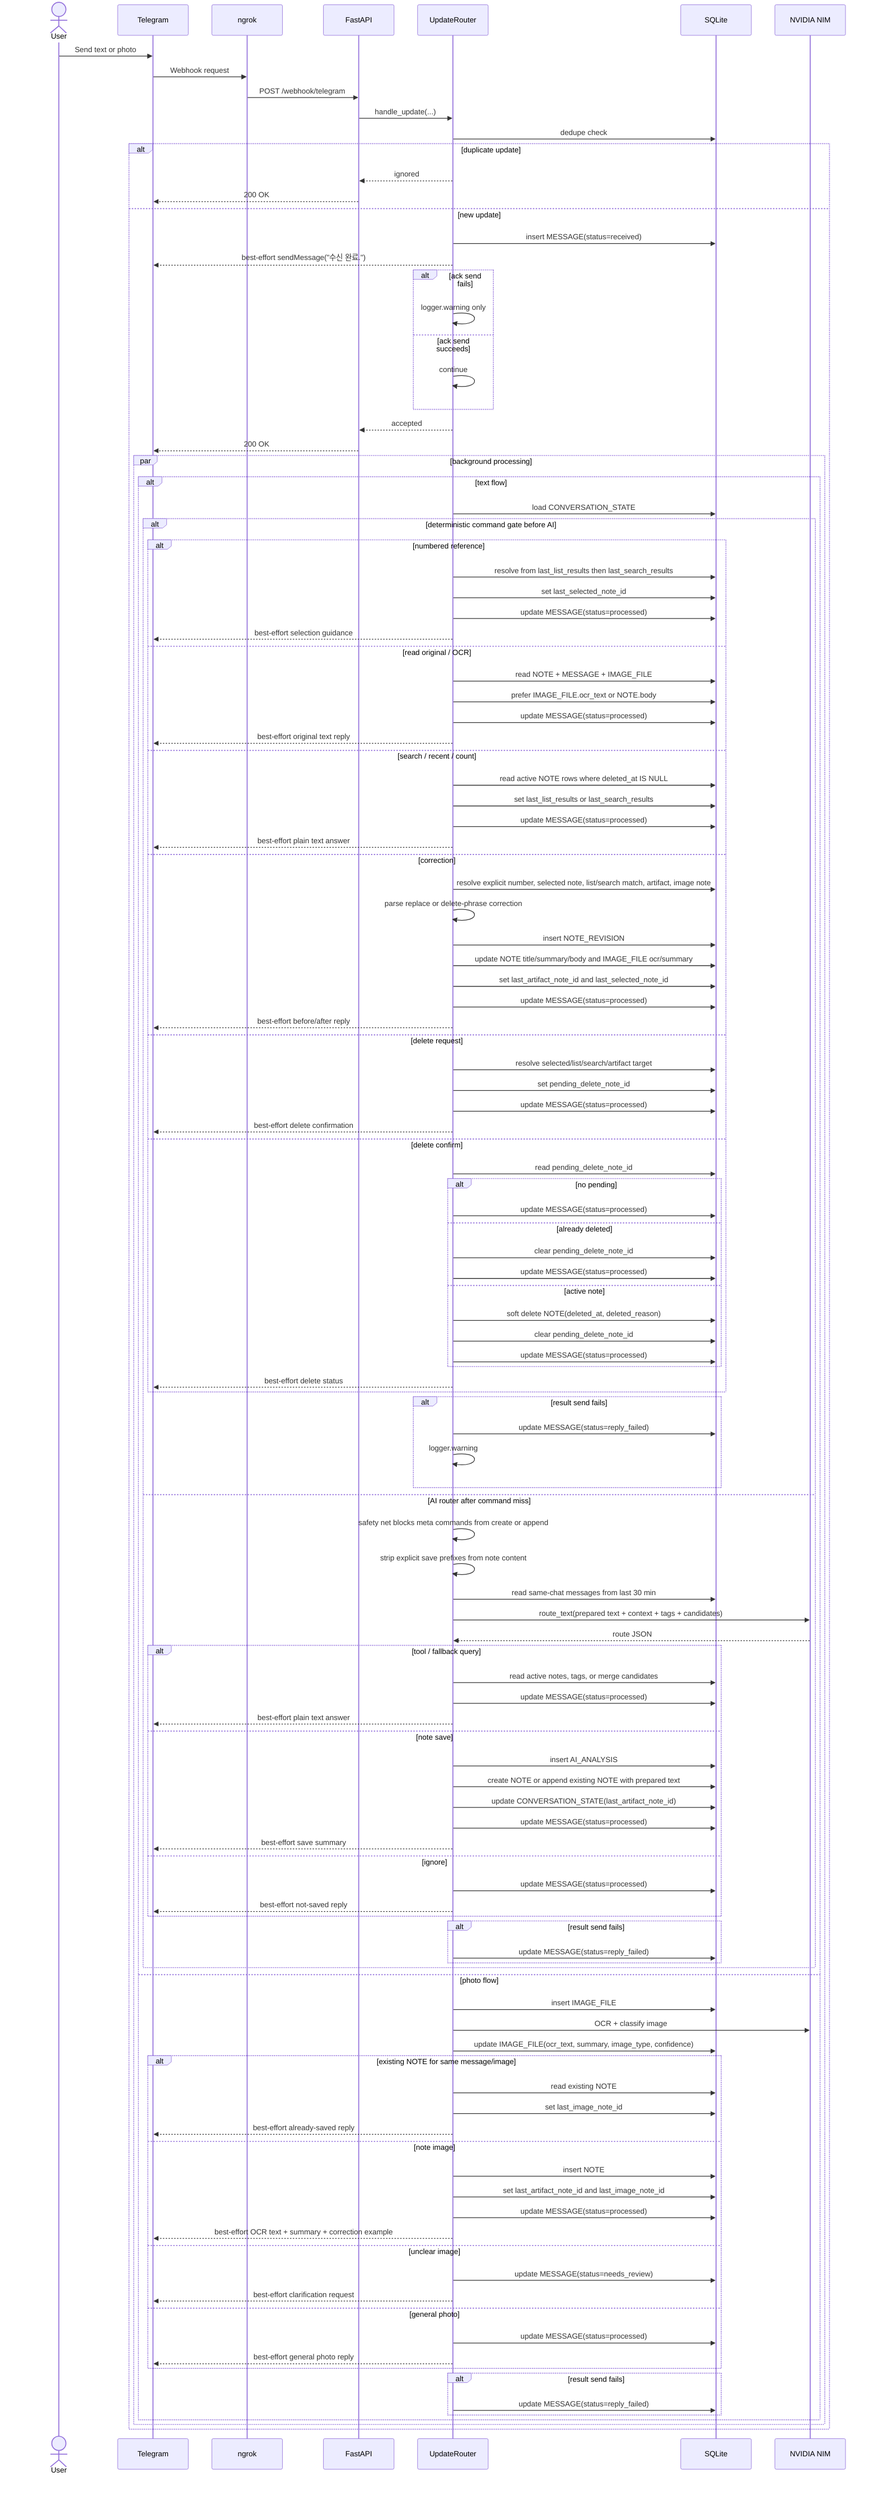
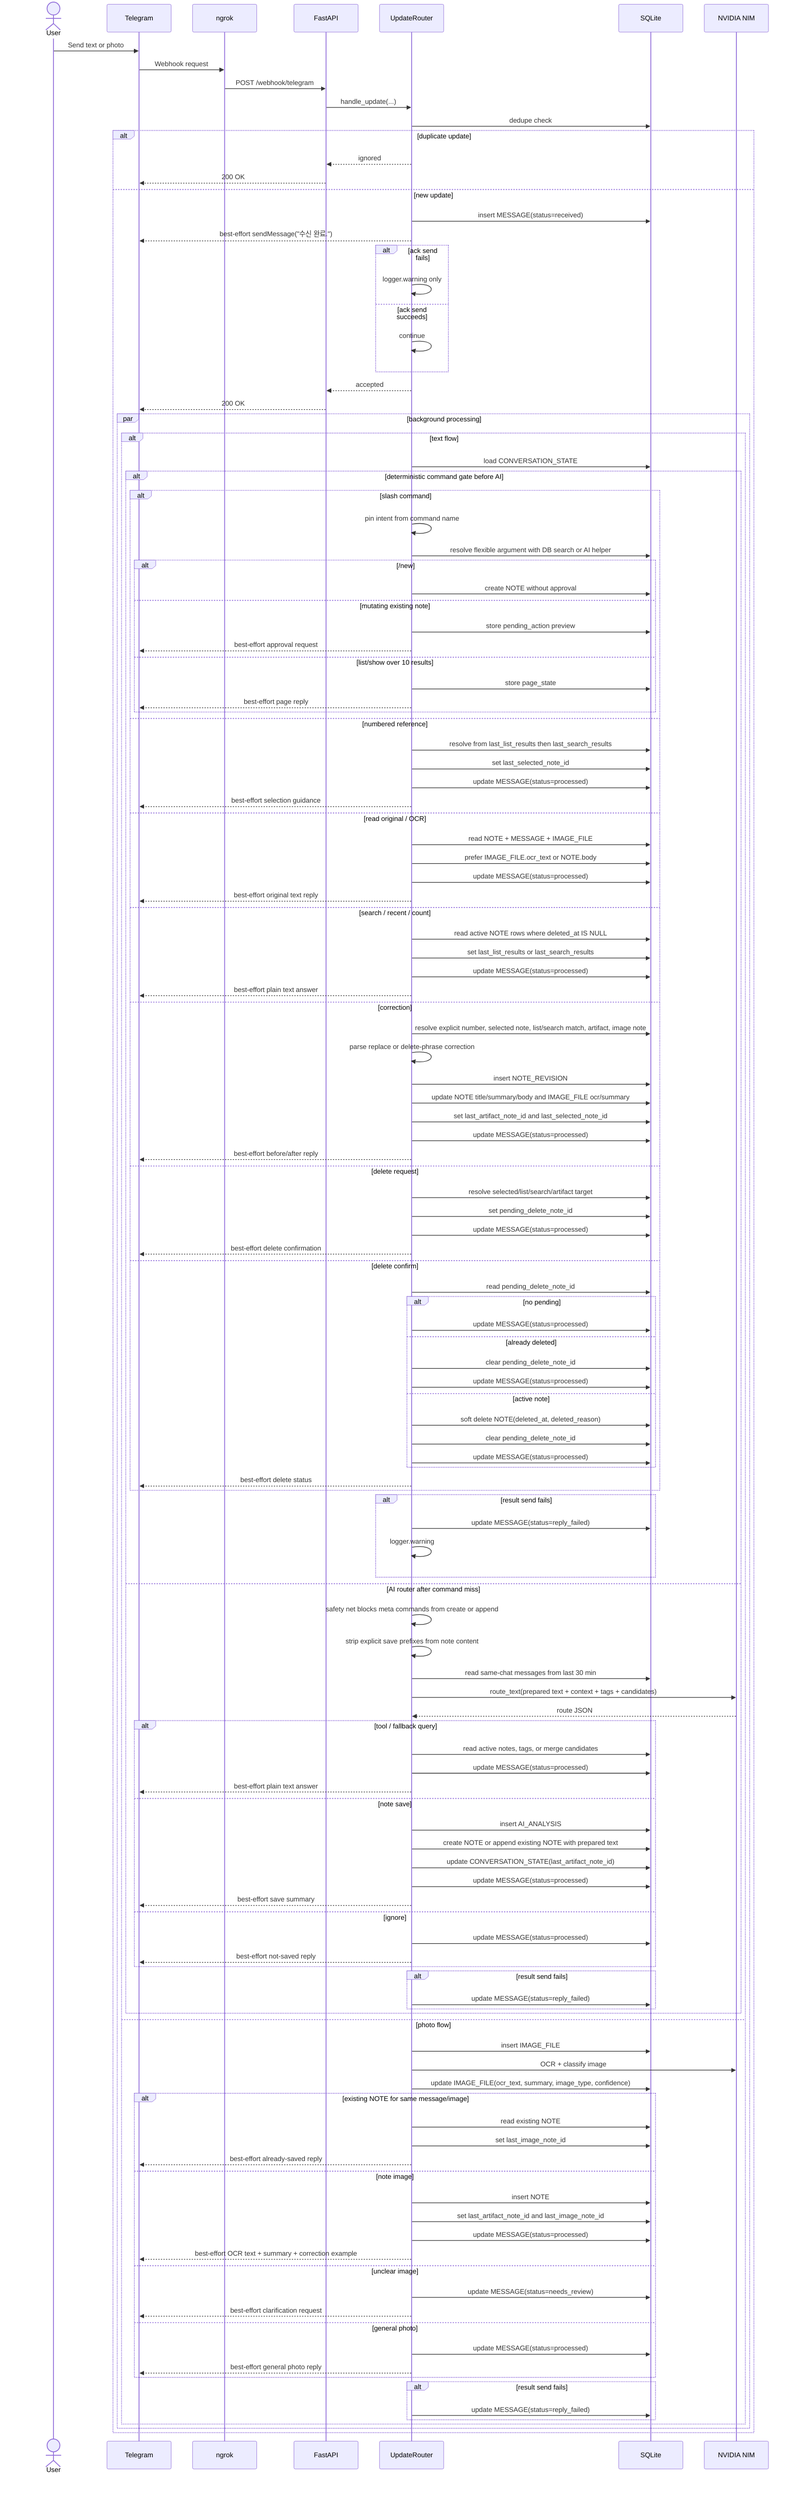
sequenceDiagram
    actor U as User
    participant T as Telegram
    participant N as ngrok
    participant A as FastAPI
    participant R as UpdateRouter
    participant D as SQLite
    participant M as NVIDIA NIM

    U->>T: Send text or photo
    T->>N: Webhook request
    N->>A: POST /webhook/telegram
    A->>R: handle_update(...)
    R->>D: dedupe check

    alt duplicate update
        R-->>A: ignored
        A-->>T: 200 OK
    else new update
        R->>D: insert MESSAGE(status=received)
        R-->>T: best-effort sendMessage("수신 완료.")
        alt ack send fails
            R->>R: logger.warning only
        else ack send succeeds
            R->>R: continue
        end
        R-->>A: accepted
        A-->>T: 200 OK

        par background processing
            alt text flow
                R->>D: load CONVERSATION_STATE
                alt deterministic command gate before AI
-                     alt numbered reference
+                     alt slash command
+                         R->>R: pin intent from command name
+                         R->>D: resolve flexible argument with DB search or AI helper
+                         alt /new
+                             R->>D: create NOTE without approval
+                         else mutating existing note
+                             R->>D: store pending_action preview
+                             R-->>T: best-effort approval request
+                         else list/show over 10 results
+                             R->>D: store page_state
+                             R-->>T: best-effort page reply
+                         end
+                     else numbered reference
                        R->>D: resolve from last_list_results then last_search_results
                        R->>D: set last_selected_note_id
                        R->>D: update MESSAGE(status=processed)
                        R-->>T: best-effort selection guidance
                    else read original / OCR
                        R->>D: read NOTE + MESSAGE + IMAGE_FILE
                        R->>D: prefer IMAGE_FILE.ocr_text or NOTE.body
                        R->>D: update MESSAGE(status=processed)
                        R-->>T: best-effort original text reply
                    else search / recent / count
                        R->>D: read active NOTE rows where deleted_at IS NULL
                        R->>D: set last_list_results or last_search_results
                        R->>D: update MESSAGE(status=processed)
                        R-->>T: best-effort plain text answer
                    else correction
                        R->>D: resolve explicit number, selected note, list/search match, artifact, image note
                        R->>R: parse replace or delete-phrase correction
                        R->>D: insert NOTE_REVISION
                        R->>D: update NOTE title/summary/body and IMAGE_FILE ocr/summary
                        R->>D: set last_artifact_note_id and last_selected_note_id
                        R->>D: update MESSAGE(status=processed)
                        R-->>T: best-effort before/after reply
                    else delete request
                        R->>D: resolve selected/list/search/artifact target
                        R->>D: set pending_delete_note_id
                        R->>D: update MESSAGE(status=processed)
                        R-->>T: best-effort delete confirmation
                    else delete confirm
                        R->>D: read pending_delete_note_id
                        alt no pending
                            R->>D: update MESSAGE(status=processed)
                        else already deleted
                            R->>D: clear pending_delete_note_id
                            R->>D: update MESSAGE(status=processed)
                        else active note
                            R->>D: soft delete NOTE(deleted_at, deleted_reason)
                            R->>D: clear pending_delete_note_id
                            R->>D: update MESSAGE(status=processed)
                        end
                        R-->>T: best-effort delete status
                    end
                    alt result send fails
                        R->>D: update MESSAGE(status=reply_failed)
                        R->>R: logger.warning
                    end
                else AI router after command miss
                    R->>R: safety net blocks meta commands from create or append
                    R->>R: strip explicit save prefixes from note content
                    R->>D: read same-chat messages from last 30 min
                    R->>M: route_text(prepared text + context + tags + candidates)
                    M-->>R: route JSON
                    alt tool / fallback query
                        R->>D: read active notes, tags, or merge candidates
                        R->>D: update MESSAGE(status=processed)
                        R-->>T: best-effort plain text answer
                    else note save
                        R->>D: insert AI_ANALYSIS
                        R->>D: create NOTE or append existing NOTE with prepared text
                        R->>D: update CONVERSATION_STATE(last_artifact_note_id)
                        R->>D: update MESSAGE(status=processed)
                        R-->>T: best-effort save summary
                    else ignore
                        R->>D: update MESSAGE(status=processed)
                        R-->>T: best-effort not-saved reply
                    end
                    alt result send fails
                        R->>D: update MESSAGE(status=reply_failed)
                    end
                end
            else photo flow
                R->>D: insert IMAGE_FILE
                R->>M: OCR + classify image
                R->>D: update IMAGE_FILE(ocr_text, summary, image_type, confidence)
                alt existing NOTE for same message/image
                    R->>D: read existing NOTE
                    R->>D: set last_image_note_id
                    R-->>T: best-effort already-saved reply
                else note image
                    R->>D: insert NOTE
                    R->>D: set last_artifact_note_id and last_image_note_id
                    R->>D: update MESSAGE(status=processed)
                    R-->>T: best-effort OCR text + summary + correction example
                else unclear image
                    R->>D: update MESSAGE(status=needs_review)
                    R-->>T: best-effort clarification request
                else general photo
                    R->>D: update MESSAGE(status=processed)
                    R-->>T: best-effort general photo reply
                end
                alt result send fails
                    R->>D: update MESSAGE(status=reply_failed)
                end
            end
        end
    end
